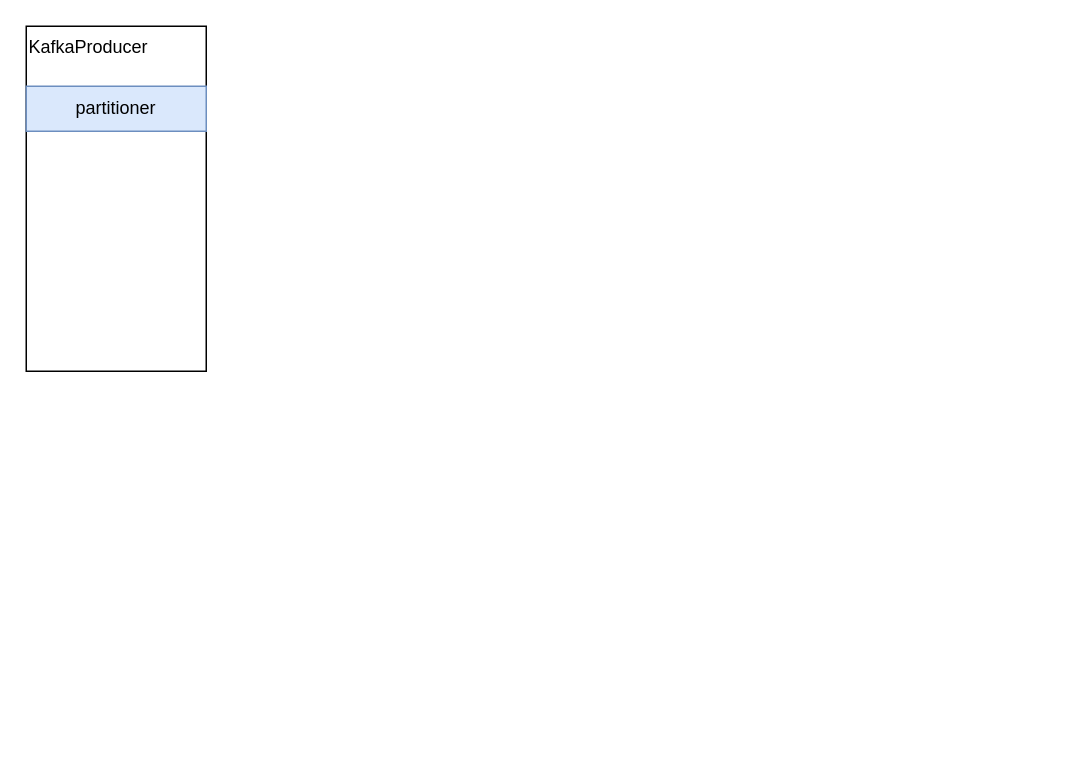
This is draw/kafka/myKafka.drawio from BxcGit/draw, a draw.io file, before an edit. Source tidied: cells renumbered, new cells numbered last; positions are measured from the earlier drawing's top-left corner, leaving out a move shared by most shapes. Both pictures are drawn from the tidied source at 150%, with x=0, y=0 at pixel (26, 26).
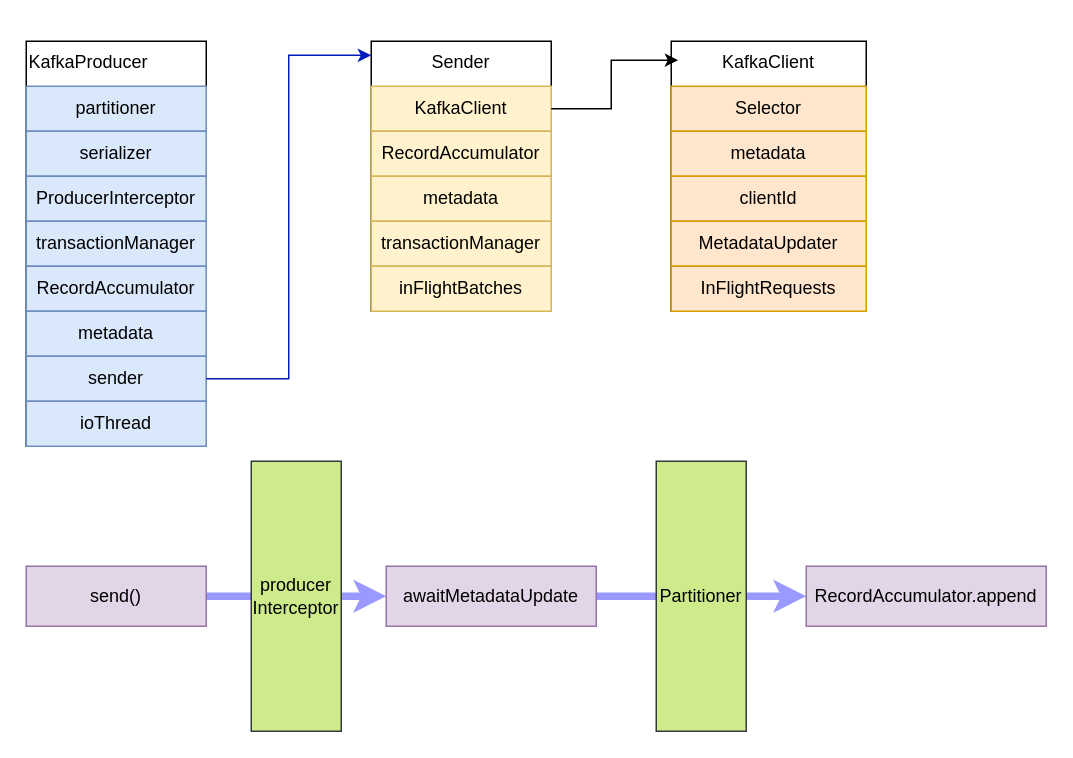
The same page after the edit.

The edit, as a diff of the source:
```diff
@@
     <mxCell id="2" value="KafkaProducer" style="rounded=0;whiteSpace=wrap;html=1;align=left;verticalAlign=top;horizontal=1;" parent="1" vertex="1">
-      <mxGeometry width="120" height="230" as="geometry" />
+      <mxGeometry y="10" width="120" height="270" as="geometry" />
     </mxCell>
@@
+    <mxCell id="4" value="serializer" style="rounded=0;whiteSpace=wrap;html=1;align=center;verticalAlign=middle;fillColor=#dae8fc;strokeColor=#6c8ebf;" parent="1" vertex="1">
+      <mxGeometry y="70" width="120" height="30" as="geometry" />
+    </mxCell>
+    <mxCell id="5" value="ProducerInterceptor" style="rounded=0;whiteSpace=wrap;html=1;align=center;verticalAlign=middle;fillColor=#dae8fc;strokeColor=#6c8ebf;" parent="1" vertex="1">
+      <mxGeometry y="100" width="120" height="30" as="geometry" />
+    </mxCell>
+    <mxCell id="6" value="transactionManager" style="rounded=0;whiteSpace=wrap;html=1;align=center;verticalAlign=middle;fillColor=#dae8fc;strokeColor=#6c8ebf;" parent="1" vertex="1">
+      <mxGeometry y="130" width="120" height="30" as="geometry" />
+    </mxCell>
+    <mxCell id="7" value="RecordAccumulator" style="rounded=0;whiteSpace=wrap;html=1;align=center;verticalAlign=middle;fillColor=#dae8fc;strokeColor=#6c8ebf;" parent="1" vertex="1">
+      <mxGeometry y="160" width="120" height="30" as="geometry" />
+    </mxCell>
+    <mxCell id="8" value="metadata" style="rounded=0;whiteSpace=wrap;html=1;align=center;verticalAlign=middle;fillColor=#dae8fc;strokeColor=#6c8ebf;" parent="1" vertex="1">
+      <mxGeometry y="190" width="120" height="30" as="geometry" />
+    </mxCell>
+    <mxCell id="9" value="sender" style="rounded=0;whiteSpace=wrap;html=1;align=center;verticalAlign=middle;fillColor=#dae8fc;strokeColor=#6c8ebf;" parent="1" vertex="1">
+      <mxGeometry y="220" width="120" height="30" as="geometry" />
+    </mxCell>
+    <mxCell id="10" value="ioThread" style="rounded=0;whiteSpace=wrap;html=1;align=center;verticalAlign=middle;fillColor=#dae8fc;strokeColor=#6c8ebf;" parent="1" vertex="1">
+      <mxGeometry y="250" width="120" height="30" as="geometry" />
+    </mxCell>
+    <mxCell id="11" value="Sender" style="rounded=0;whiteSpace=wrap;html=1;align=center;verticalAlign=top;" parent="1" vertex="1">
+      <mxGeometry x="230" y="10" width="120" height="180" as="geometry" />
+    </mxCell>
+    <mxCell id="12" value="KafkaClient" style="rounded=0;whiteSpace=wrap;html=1;align=center;verticalAlign=middle;fillColor=#fff2cc;strokeColor=#d6b656;" parent="1" vertex="1">
+      <mxGeometry x="230" y="40" width="120" height="30" as="geometry" />
+    </mxCell>
+    <mxCell id="13" value="RecordAccumulator" style="rounded=0;whiteSpace=wrap;html=1;align=center;verticalAlign=middle;fillColor=#fff2cc;strokeColor=#d6b656;" parent="1" vertex="1">
+      <mxGeometry x="230" y="70" width="120" height="30" as="geometry" />
+    </mxCell>
+    <mxCell id="14" value="metadata" style="rounded=0;whiteSpace=wrap;html=1;align=center;verticalAlign=middle;fillColor=#fff2cc;strokeColor=#d6b656;" parent="1" vertex="1">
+      <mxGeometry x="230" y="100" width="120" height="30" as="geometry" />
+    </mxCell>
+    <mxCell id="15" value="transactionManager" style="rounded=0;whiteSpace=wrap;html=1;align=center;verticalAlign=middle;fillColor=#fff2cc;strokeColor=#d6b656;" parent="1" vertex="1">
+      <mxGeometry x="230" y="130" width="120" height="30" as="geometry" />
+    </mxCell>
+    <mxCell id="16" value="inFlightBatches" style="rounded=0;whiteSpace=wrap;html=1;align=center;verticalAlign=middle;fillColor=#fff2cc;strokeColor=#d6b656;" parent="1" vertex="1">
+      <mxGeometry x="230" y="160" width="120" height="30" as="geometry" />
+    </mxCell>
+    <mxCell id="17" style="edgeStyle=orthogonalEdgeStyle;rounded=0;jettySize=auto;html=1;entryX=0;entryY=0.052;entryDx=0;entryDy=0;entryPerimeter=0;strokeColor=#001DBC;fillColor=#0050ef;" parent="1" edge="1" source="9" target="11">
+      <mxGeometry relative="1" as="geometry" />
+    </mxCell>
+    <mxCell id="18" value="KafkaClient" style="rounded=0;whiteSpace=wrap;html=1;align=center;verticalAlign=top;" parent="1" vertex="1">
+      <mxGeometry x="430" y="10" width="130" height="180" as="geometry" />
+    </mxCell>
+    <mxCell id="19" value="Selector" style="rounded=0;whiteSpace=wrap;html=1;align=center;verticalAlign=middle;fillColor=#ffe6cc;strokeColor=#d79b00;" parent="1" vertex="1">
+      <mxGeometry x="430" y="40" width="130" height="30" as="geometry" />
+    </mxCell>
+    <mxCell id="20" value="metadata" style="rounded=0;whiteSpace=wrap;html=1;align=center;verticalAlign=middle;fillColor=#ffe6cc;strokeColor=#d79b00;" parent="1" vertex="1">
+      <mxGeometry x="430" y="70" width="130" height="30" as="geometry" />
+    </mxCell>
+    <mxCell id="21" value="clientId" style="rounded=0;whiteSpace=wrap;html=1;align=center;verticalAlign=middle;fillColor=#ffe6cc;strokeColor=#d79b00;" parent="1" vertex="1">
+      <mxGeometry x="430" y="100" width="130" height="30" as="geometry" />
+    </mxCell>
+    <mxCell id="22" value="MetadataUpdater" style="rounded=0;whiteSpace=wrap;html=1;align=center;verticalAlign=middle;fillColor=#ffe6cc;strokeColor=#d79b00;" parent="1" vertex="1">
+      <mxGeometry x="430" y="130" width="130" height="30" as="geometry" />
+    </mxCell>
+    <mxCell id="23" value="InFlightRequests" style="rounded=0;whiteSpace=wrap;html=1;align=center;verticalAlign=middle;fillColor=#ffe6cc;strokeColor=#d79b00;" parent="1" vertex="1">
+      <mxGeometry x="430" y="160" width="130" height="30" as="geometry" />
+    </mxCell>
+    <mxCell id="24" style="edgeStyle=orthogonalEdgeStyle;rounded=0;jettySize=auto;html=1;entryX=0.036;entryY=0.07;entryDx=0;entryDy=0;entryPerimeter=0;" parent="1" edge="1" source="12" target="18">
+      <mxGeometry relative="1" as="geometry" />
+    </mxCell>
+    <mxCell id="25" style="edgeStyle=orthogonalEdgeStyle;rounded=0;jettySize=auto;html=1;strokeWidth=5;fillColor=#ffff88;strokeColor=#9999FF;entryX=0;entryY=0.5;entryDx=0;entryDy=0;" parent="1" edge="1" source="26" target="29">
+      <mxGeometry relative="1" as="geometry" />
+    </mxCell>
+    <mxCell id="26" value="send()" style="rounded=0;whiteSpace=wrap;html=1;align=center;verticalAlign=middle;fillColor=#e1d5e7;strokeColor=#9673a6;" parent="1" vertex="1">
+      <mxGeometry y="360" width="120" height="40" as="geometry" />
+    </mxCell>
+    <mxCell id="27" value="producer&lt;div&gt;Interceptor&lt;/div&gt;" style="rounded=0;html=1;align=center;verticalAlign=middle;horizontal=1;whiteSpace=wrap;fillColor=#cdeb8b;strokeColor=#36393d;" parent="1" vertex="1">
+      <mxGeometry x="150" y="290" width="60" height="180" as="geometry" />
+    </mxCell>
+    <mxCell id="28" style="edgeStyle=orthogonalEdgeStyle;rounded=0;jettySize=auto;html=1;entryX=0;entryY=0.5;entryDx=0;entryDy=0;strokeColor=#9999FF;strokeWidth=5;" parent="1" edge="1" source="29" target="30">
+      <mxGeometry relative="1" as="geometry" />
+    </mxCell>
+    <mxCell id="29" value="awaitMetadataUpdate" style="rounded=0;whiteSpace=wrap;html=1;align=center;verticalAlign=middle;fillColor=#e1d5e7;strokeColor=#9673a6;" parent="1" vertex="1">
+      <mxGeometry x="240" y="360" width="140" height="40" as="geometry" />
+    </mxCell>
+    <mxCell id="30" value="RecordAccumulator.append" style="rounded=0;whiteSpace=wrap;html=1;align=center;verticalAlign=middle;fillColor=#e1d5e7;strokeColor=#9673a6;" parent="1" vertex="1">
+      <mxGeometry x="520" y="360" width="160" height="40" as="geometry" />
+    </mxCell>
+    <mxCell id="31" value="Partitioner" style="rounded=0;html=1;align=center;verticalAlign=middle;horizontal=1;whiteSpace=wrap;fillColor=#cdeb8b;strokeColor=#36393d;" parent="1" vertex="1">
+      <mxGeometry x="420" y="290" width="60" height="180" as="geometry" />
+    </mxCell>
```
